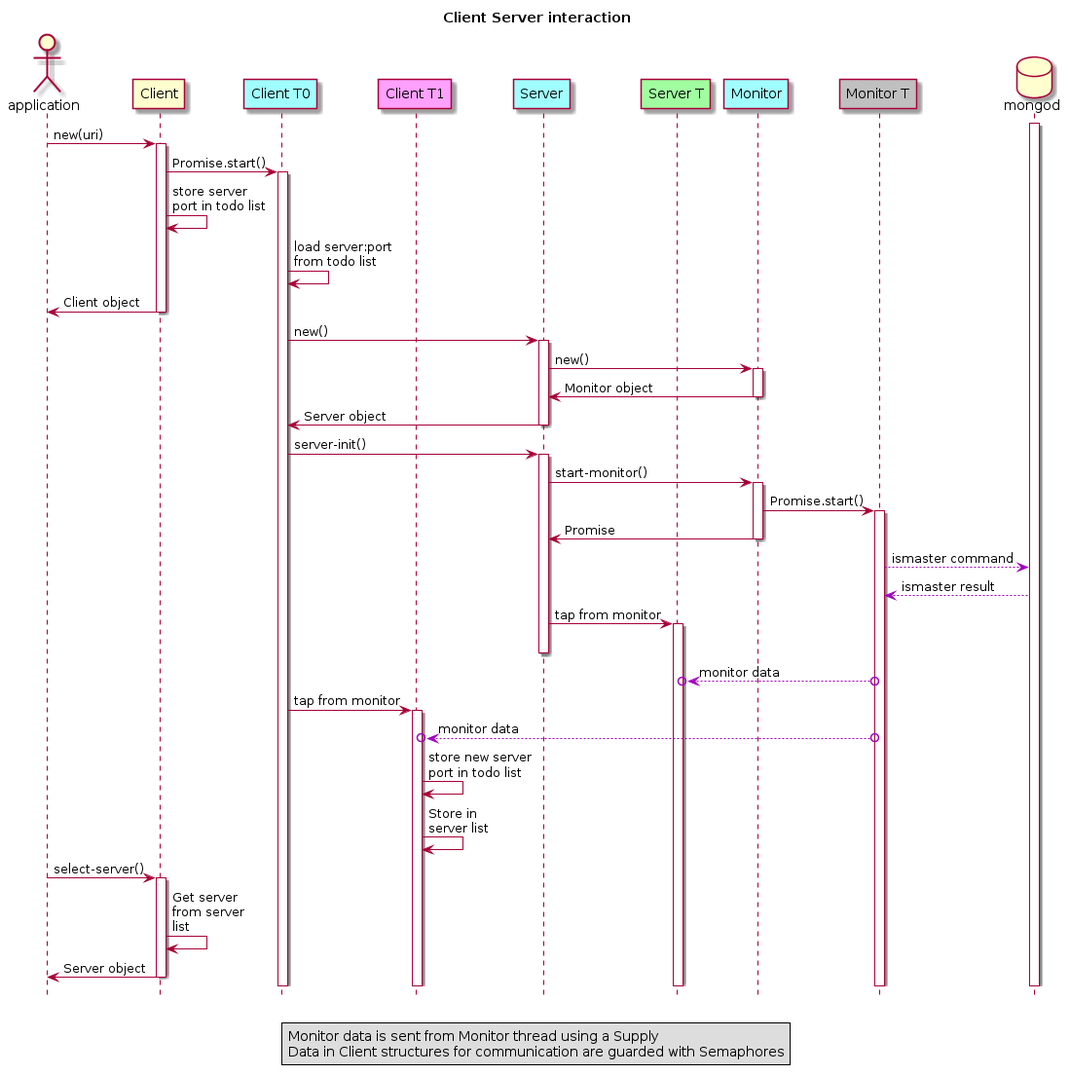
This is MARTIMM/mongo-perl6-driver/doc/Design/client-server-int1.png from lizmat/raku-all-modules, a PlantUML export, as it was before one commit.
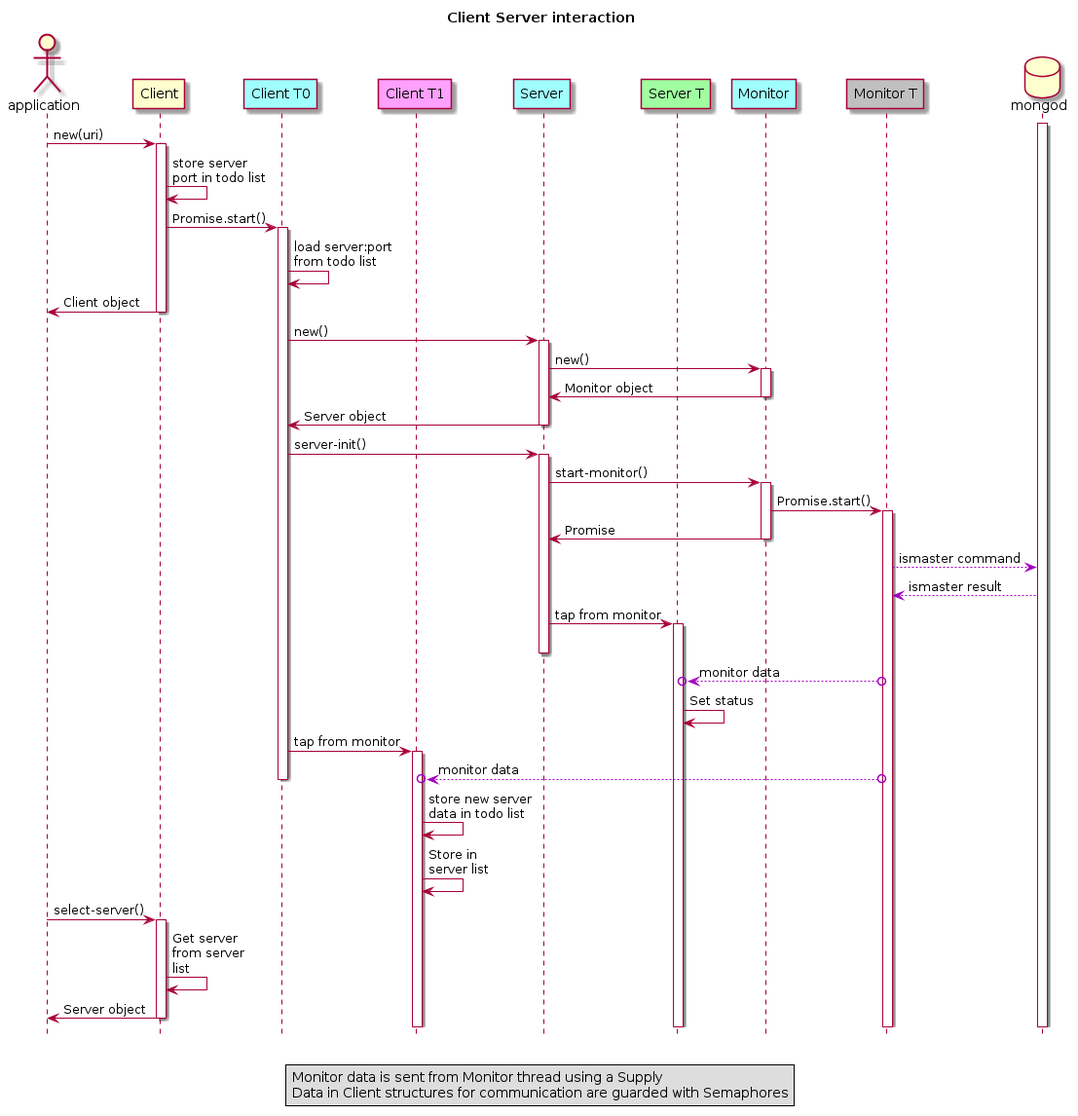
Later version of the same file.

The edit, as a diff of the source:
```diff
@@ -17,10 +17,10 @@
 app -> Client: new(uri)
 activate Client
 
+Client -> Client: store server\nport in todo list
+
 Client -> Clt0: Promise.start()
 activate Clt0
-
-Client -> Client: store server\nport in todo list
 
 Clt0 -> Clt0: load server:port\nfrom todo list
 
@@ -53,12 +53,15 @@
 deactivate Server
 
 Mnt0 o-[#a000bf]->o Srvt0: monitor data
+Srvt0 -> Srvt0: Set status
+
 
 Clt0 -> Clt1: tap from monitor
 activate Clt1
 Mnt0 o-[#a000bf]->o Clt1: monitor data
+deactivate Clt0
 
-Clt1 -> Clt1: store new server\nport in todo list
+Clt1 -> Clt1: store new server\ndata in todo list
 
 Clt1 -> Clt1: Store in\nserver list
 
```
